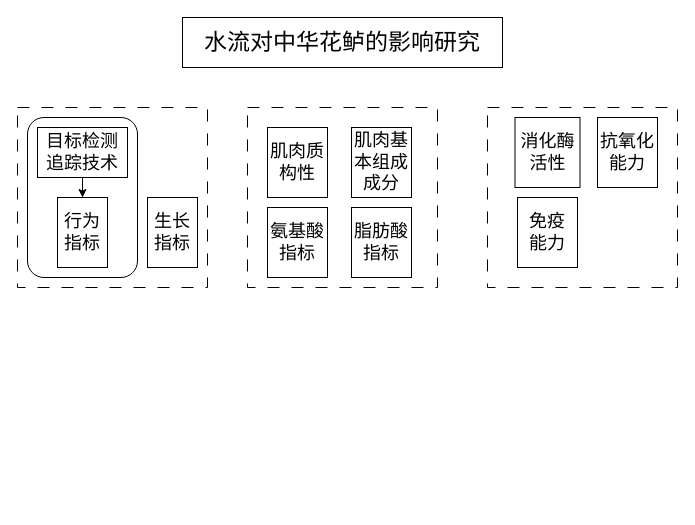
The draw.io diagram 水流对对中华花鲈的影响.drawio in 729973389/picture, before the edit. Source tidied: cells renumbered, new cells numbered last; positions are measured from the earlier drawing's top-left corner, leaving out a move shared by most shapes. Both pictures are drawn from the tidied source at 100%, with x=0, y=0 at pixel (17, 17).
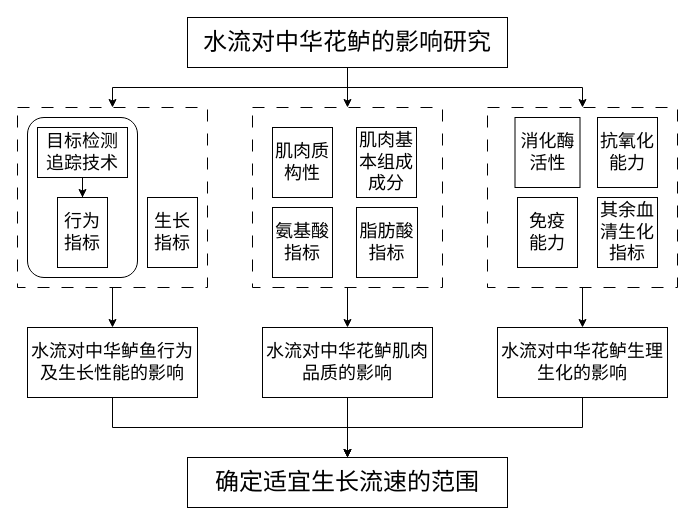
The same page after the edit.

Commit message (it also covers changes not shown here):
更新水流对对中华花鲈的影响.drawio

The change refers to these unchanged cells:
```xml
<mxCell id="3" style="rounded=0;whiteSpace=wrap;html=1;fillColor=none;dashed=1;dashPattern=12 12;" parent="1" vertex="1">
  <mxGeometry y="90" width="190" height="180" as="geometry" />
</mxCell>
<mxCell id="10" style="rounded=0;whiteSpace=wrap;html=1;fillColor=none;dashed=1;dashPattern=12 12;" parent="1" vertex="1">
  <mxGeometry x="470" y="90" width="190" height="180" as="geometry" />
</mxCell>
```

Diff of the diagram source:
```diff
@@
+    <mxCell id="18" style="edgeStyle=orthogonalEdgeStyle;rounded=0;jettySize=auto;html=1;exitX=0.5;exitY=1;exitDx=0;exitDy=0;entryX=0.5;entryY=0;entryDx=0;entryDy=0;" parent="1" edge="1" source="2" target="3">
+      <mxGeometry relative="1" as="geometry" />
+    </mxCell>
+    <mxCell id="19" style="edgeStyle=orthogonalEdgeStyle;rounded=0;jettySize=auto;html=1;exitX=0.5;exitY=1;exitDx=0;exitDy=0;entryX=0.5;entryY=0;entryDx=0;entryDy=0;" parent="1" edge="1" source="2" target="9">
+      <mxGeometry relative="1" as="geometry" />
+    </mxCell>
+    <mxCell id="20" style="edgeStyle=orthogonalEdgeStyle;rounded=0;jettySize=auto;html=1;exitX=0.5;exitY=1;exitDx=0;exitDy=0;" parent="1" edge="1" source="2" target="10">
+      <mxGeometry relative="1" as="geometry" />
+    </mxCell>
-    <mxCell id="2" value="&lt;font style=&quot;font-size: 23px;&quot; face=&quot;宋体&quot;&gt;水流对中华花鲈的影响研究&lt;/font&gt;" style="rounded=0;whiteSpace=wrap;html=1;" parent="1" vertex="1">
-      <mxGeometry x="165" width="320" height="50" as="geometry" />
+    <mxCell id="2" value="&lt;font style=&quot;font-size: 24px;&quot; face=&quot;宋体&quot;&gt;水流对中华花鲈的影响研究&lt;/font&gt;" style="rounded=0;whiteSpace=wrap;html=1;" parent="1" vertex="1">
+      <mxGeometry x="170" width="320" height="50" as="geometry" />
     </mxCell>
+    <mxCell id="21" style="edgeStyle=orthogonalEdgeStyle;rounded=0;jettySize=auto;html=1;exitX=0.5;exitY=1;exitDx=0;exitDy=0;entryX=0.5;entryY=0;entryDx=0;entryDy=0;" parent="1" edge="1" source="3" target="26">
+      <mxGeometry relative="1" as="geometry" />
+    </mxCell>
@@
+    <mxCell id="22" style="edgeStyle=orthogonalEdgeStyle;rounded=0;jettySize=auto;html=1;" parent="1" edge="1" source="9" target="28">
+      <mxGeometry relative="1" as="geometry" />
+    </mxCell>
     <mxCell id="9" style="rounded=0;whiteSpace=wrap;html=1;fillColor=none;dashed=1;dashPattern=12 12;" parent="1" vertex="1">
-      <mxGeometry x="230" y="90" width="190" height="180" as="geometry" />
+      <mxGeometry x="235" y="90" width="190" height="180" as="geometry" />
     </mxCell>
+    <mxCell id="23" style="edgeStyle=orthogonalEdgeStyle;rounded=0;jettySize=auto;html=1;" parent="1" edge="1" source="10" target="30">
+      <mxGeometry relative="1" as="geometry" />
+    </mxCell>
@@
     <mxCell id="11" value="&lt;font face=&quot;宋体&quot; style=&quot;font-size: 18px;&quot;&gt;肌肉质构性&lt;/font&gt;" style="rounded=0;whiteSpace=wrap;html=1;" parent="1" vertex="1">
-      <mxGeometry x="250" y="110" width="60" height="70" as="geometry" />
+      <mxGeometry x="255" y="110" width="60" height="70" as="geometry" />
     </mxCell>
     <mxCell id="12" value="&lt;font face=&quot;宋体&quot; style=&quot;font-size: 18px;&quot;&gt;肌肉基本组成成分&lt;/font&gt;" style="rounded=0;whiteSpace=wrap;html=1;" parent="1" vertex="1">
-      <mxGeometry x="334" y="110" width="60" height="70" as="geometry" />
+      <mxGeometry x="339" y="110" width="60" height="70" as="geometry" />
     </mxCell>
     <mxCell id="13" value="&lt;font face=&quot;宋体&quot; style=&quot;font-size: 18px;&quot;&gt;氨基酸指标&lt;/font&gt;" style="rounded=0;whiteSpace=wrap;html=1;" parent="1" vertex="1">
-      <mxGeometry x="250" y="190" width="60" height="70" as="geometry" />
+      <mxGeometry x="255" y="190" width="60" height="70" as="geometry" />
     </mxCell>
     <mxCell id="14" value="&lt;font face=&quot;宋体&quot; style=&quot;font-size: 18px;&quot;&gt;脂肪酸指标&lt;/font&gt;" style="rounded=0;whiteSpace=wrap;html=1;" parent="1" vertex="1">
-      <mxGeometry x="334" y="190" width="60" height="70" as="geometry" />
+      <mxGeometry x="339" y="190" width="61" height="70" as="geometry" />
     </mxCell>
@@
+    <mxCell id="24" value="&lt;font face=&quot;宋体&quot; style=&quot;font-size: 18px;&quot;&gt;其余血清生化指标&lt;/font&gt;" style="rounded=0;whiteSpace=wrap;html=1;" parent="1" vertex="1">
+      <mxGeometry x="580" y="180" width="60" height="70" as="geometry" />
+    </mxCell>
+    <mxCell id="25" style="edgeStyle=orthogonalEdgeStyle;rounded=0;jettySize=auto;html=1;" parent="1" edge="1" source="26" target="31">
+      <mxGeometry relative="1" as="geometry" />
+    </mxCell>
+    <mxCell id="26" value="&lt;font style=&quot;font-size: 18px;&quot; face=&quot;宋体&quot;&gt;水流对中华鲈鱼行为及生长性能的影响&lt;/font&gt;" style="rounded=0;whiteSpace=wrap;html=1;" parent="1" vertex="1">
+      <mxGeometry x="10" y="310" width="170" height="70" as="geometry" />
+    </mxCell>
+    <mxCell id="27" style="edgeStyle=orthogonalEdgeStyle;rounded=0;jettySize=auto;html=1;entryX=0.5;entryY=0;entryDx=0;entryDy=0;" parent="1" edge="1" source="28" target="31">
+      <mxGeometry relative="1" as="geometry" />
+    </mxCell>
+    <mxCell id="28" value="&lt;font style=&quot;font-size: 18px;&quot; face=&quot;宋体&quot;&gt;水流对中华花鲈肌肉品质的影响&lt;/font&gt;" style="rounded=0;whiteSpace=wrap;html=1;" parent="1" vertex="1">
+      <mxGeometry x="245" y="310" width="170" height="70" as="geometry" />
+    </mxCell>
+    <mxCell id="29" style="edgeStyle=orthogonalEdgeStyle;rounded=0;jettySize=auto;html=1;entryX=0.5;entryY=0;entryDx=0;entryDy=0;" parent="1" edge="1" source="30" target="31">
+      <mxGeometry relative="1" as="geometry" />
+    </mxCell>
+    <mxCell id="30" value="&lt;font style=&quot;font-size: 18px;&quot; face=&quot;宋体&quot;&gt;水流对中华花鲈生理生化的影响&lt;/font&gt;" style="rounded=0;whiteSpace=wrap;html=1;" parent="1" vertex="1">
+      <mxGeometry x="480" y="310" width="170" height="70" as="geometry" />
+    </mxCell>
+    <mxCell id="31" value="&lt;font style=&quot;font-size: 24px;&quot; face=&quot;宋体&quot;&gt;确定适宜生长流速的范围&lt;/font&gt;" style="rounded=0;whiteSpace=wrap;html=1;" parent="1" vertex="1">
+      <mxGeometry x="170" y="440" width="320" height="50" as="geometry" />
+    </mxCell>
```
